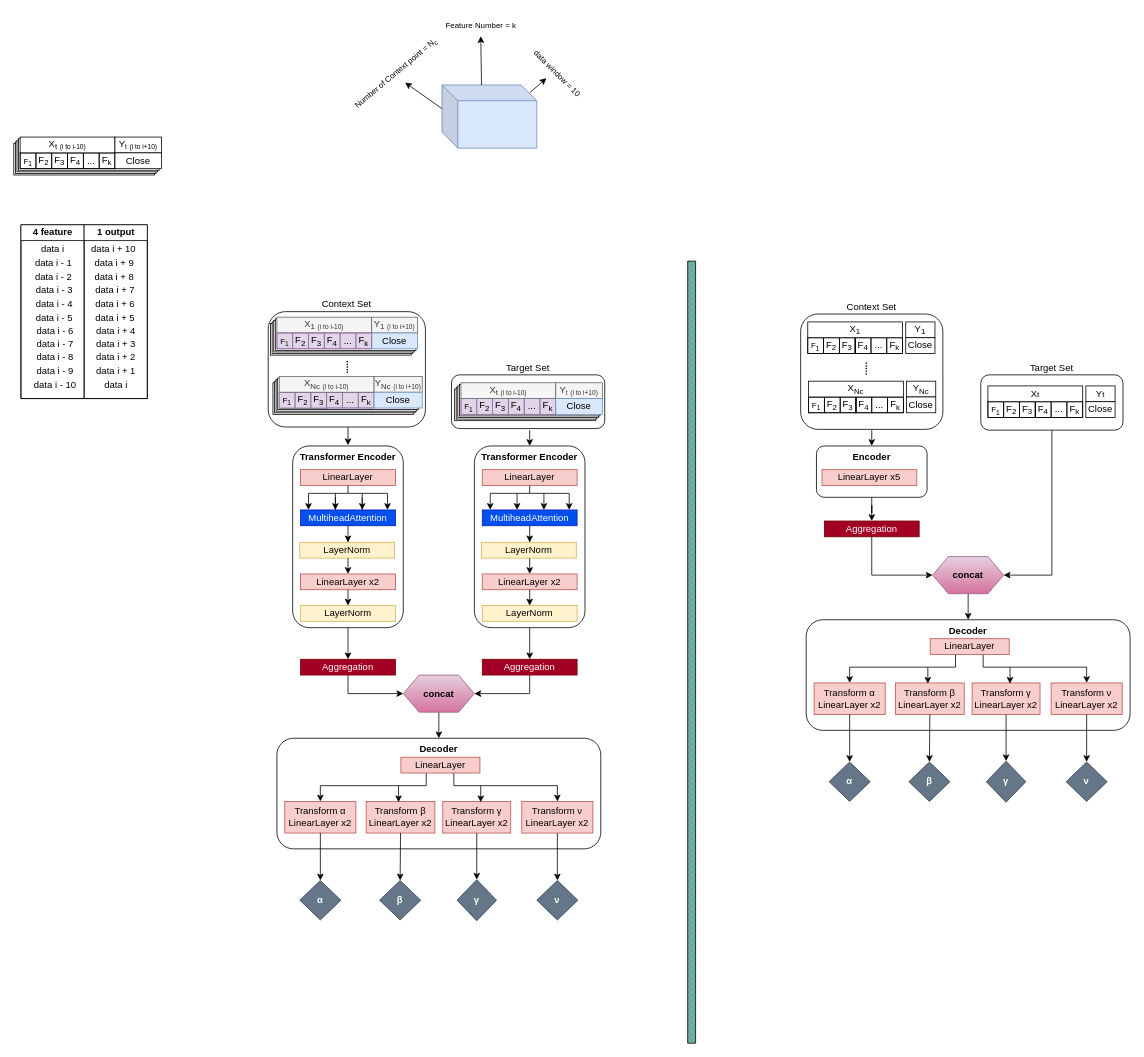
Above: CNP-model-save-name/Untitled Diagram.drawio in FatemehBehravan/ECNP (draw.io), before the change. Source tidied: cells renumbered, new cells numbered last; positions are measured from the earlier drawing's top-left corner, leaving out a move shared by most shapes. Both pictures are drawn from the tidied source at 79%, with x=0, y=0 at pixel (13, 13).
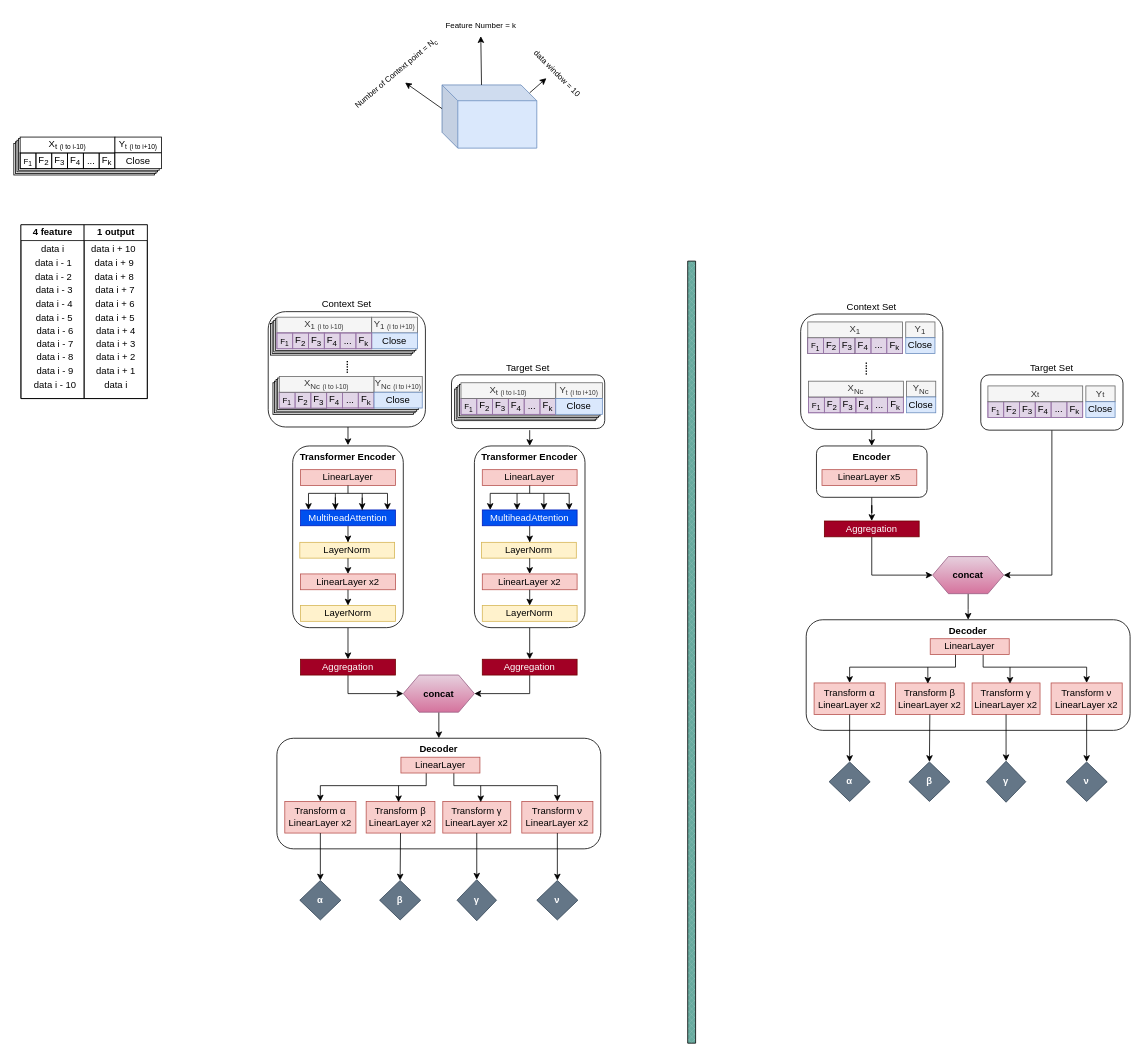
Above is the later version.

Unchanged cells that the change refers to:
```xml
<mxCell id="93" style="childLayout=tableLayout;shadow=0;fillColor=none;fontSize=10;strokeWidth=1;" parent="1" vertex="1">
  <mxGeometry x="1005" y="410" width="60" height="20" as="geometry" />
</mxCell>
<mxCell id="98" style="childLayout=tableLayout;shadow=0;fillColor=none;fontSize=10;strokeWidth=1;" parent="1" vertex="1">
  <mxGeometry x="1065" y="410" width="60" height="20" as="geometry" />
</mxCell>
```

Change to the diagram source:
```diff
@@
-    <mxCell id="94" style="shape=tableRow;horizontal=0;startSize=0;swimlaneHead=0;swimlaneBody=0;top=0;left=0;bottom=0;right=0;fontStyle=0;fillColor=none;strokeColor=inherit;" parent="93" vertex="1">
+    <mxCell id="94" style="shape=tableRow;horizontal=0;startSize=0;swimlaneHead=0;swimlaneBody=0;top=0;left=0;bottom=0;right=0;fontStyle=0;fillColor=#e1d5e7;strokeColor=#9673a6;" parent="93" vertex="1">
       <mxGeometry width="60" height="20" as="geometry" />
     </mxCell>
@@
-    <mxCell id="99" style="shape=tableRow;horizontal=0;startSize=0;swimlaneHead=0;swimlaneBody=0;top=0;left=0;bottom=0;right=0;fontStyle=0;fillColor=none;strokeColor=inherit;" parent="98" vertex="1">
+    <mxCell id="99" style="shape=tableRow;horizontal=0;startSize=0;swimlaneHead=0;swimlaneBody=0;top=0;left=0;bottom=0;right=0;fontStyle=0;fillColor=#e1d5e7;strokeColor=#9673a6;" parent="98" vertex="1">
       <mxGeometry width="60" height="20" as="geometry" />
     </mxCell>
@@
-    <mxCell id="103" value="X&lt;sub&gt;1&lt;/sub&gt;" style="rounded=0;whiteSpace=wrap;html=1;strokeWidth=1;" parent="1" vertex="1">
+    <mxCell id="103" value="X&lt;sub&gt;1&lt;/sub&gt;" style="rounded=0;whiteSpace=wrap;html=1;strokeWidth=1;fillColor=#f5f5f5;fontColor=#333333;strokeColor=#666666;" parent="1" vertex="1">
       <mxGeometry x="1005" y="390" width="120" height="20" as="geometry" />
     </mxCell>
-    <mxCell id="104" value="Y&lt;sub&gt;1&lt;/sub&gt;" style="rounded=0;whiteSpace=wrap;html=1;strokeWidth=1;" parent="1" vertex="1">
+    <mxCell id="104" value="Y&lt;sub&gt;1&lt;/sub&gt;" style="rounded=0;whiteSpace=wrap;html=1;strokeWidth=1;fillColor=#f5f5f5;fontColor=#333333;strokeColor=#666666;" parent="1" vertex="1">
       <mxGeometry x="1129" y="390" width="37" height="20" as="geometry" />
     </mxCell>
-    <mxCell id="105" value="Close" style="rounded=0;whiteSpace=wrap;html=1;strokeWidth=1;" parent="1" vertex="1">
+    <mxCell id="105" value="Close" style="rounded=0;whiteSpace=wrap;html=1;strokeWidth=1;fillColor=#dae8fc;strokeColor=#6c8ebf;" parent="1" vertex="1">
       <mxGeometry x="1129" y="410" width="37" height="20" as="geometry" />
     </mxCell>
@@
-    <mxCell id="107" style="childLayout=tableLayout;shadow=0;fillColor=none;fontSize=10;strokeWidth=1;" parent="1" vertex="1">
+    <mxCell id="107" style="childLayout=tableLayout;shadow=0;fillColor=#e1d5e7;fontSize=10;strokeWidth=1;strokeColor=#9673a6;" parent="1" vertex="1">
       <mxGeometry x="1006" y="485" width="60" height="20" as="geometry" />
     </mxCell>
@@
-    <mxCell id="112" style="childLayout=tableLayout;shadow=0;fillColor=none;fontSize=10;strokeWidth=1;" parent="1" vertex="1">
+    <mxCell id="112" style="childLayout=tableLayout;shadow=0;fillColor=#e1d5e7;fontSize=10;strokeWidth=1;strokeColor=#9673a6;" parent="1" vertex="1">
       <mxGeometry x="1066" y="485" width="60" height="20" as="geometry" />
     </mxCell>
@@
-    <mxCell id="117" value="X&lt;sub&gt;N&lt;/sub&gt;&lt;sub&gt;c&lt;/sub&gt;" style="rounded=0;whiteSpace=wrap;html=1;strokeWidth=1;" parent="1" vertex="1">
+    <mxCell id="117" value="X&lt;sub&gt;N&lt;/sub&gt;&lt;sub&gt;c&lt;/sub&gt;" style="rounded=0;whiteSpace=wrap;html=1;strokeWidth=1;fillColor=#f5f5f5;fontColor=#333333;strokeColor=#666666;" parent="1" vertex="1">
       <mxGeometry x="1006" y="465" width="120" height="20" as="geometry" />
     </mxCell>
-    <mxCell id="118" value="Y&lt;sub&gt;N&lt;/sub&gt;&lt;sub&gt;c&lt;/sub&gt;" style="rounded=0;whiteSpace=wrap;html=1;strokeWidth=1;" parent="1" vertex="1">
+    <mxCell id="118" value="Y&lt;sub&gt;N&lt;/sub&gt;&lt;sub&gt;c&lt;/sub&gt;" style="rounded=0;whiteSpace=wrap;html=1;strokeWidth=1;fillColor=#f5f5f5;fontColor=#333333;strokeColor=#666666;" parent="1" vertex="1">
       <mxGeometry x="1130" y="465" width="37" height="20" as="geometry" />
     </mxCell>
-    <mxCell id="119" value="Close" style="rounded=0;whiteSpace=wrap;html=1;strokeWidth=1;" parent="1" vertex="1">
+    <mxCell id="119" value="Close" style="rounded=0;whiteSpace=wrap;html=1;strokeWidth=1;fillColor=#dae8fc;strokeColor=#6c8ebf;" parent="1" vertex="1">
       <mxGeometry x="1130" y="485" width="37" height="20" as="geometry" />
     </mxCell>
@@
-    <mxCell id="122" style="childLayout=tableLayout;shadow=0;fillColor=none;fontSize=10;strokeWidth=1;" parent="1" vertex="1">
+    <mxCell id="122" style="childLayout=tableLayout;shadow=0;fillColor=#e1d5e7;fontSize=10;strokeWidth=1;strokeColor=#9673a6;" parent="1" vertex="1">
       <mxGeometry x="1233" y="491" width="60" height="20" as="geometry" />
     </mxCell>
@@
-    <mxCell id="127" style="childLayout=tableLayout;shadow=0;fillColor=none;fontSize=10;strokeWidth=1;" parent="1" vertex="1">
+    <mxCell id="127" style="childLayout=tableLayout;shadow=0;fillColor=#e1d5e7;fontSize=10;strokeWidth=1;strokeColor=#9673a6;" parent="1" vertex="1">
       <mxGeometry x="1293" y="491" width="60" height="20" as="geometry" />
     </mxCell>
@@
-    <mxCell id="132" value="X&lt;span style=&quot;font-size: 10px;&quot;&gt;t&lt;/span&gt;" style="rounded=0;whiteSpace=wrap;html=1;strokeWidth=1;" parent="1" vertex="1">
+    <mxCell id="132" value="X&lt;span style=&quot;font-size: 10px;&quot;&gt;t&lt;/span&gt;" style="rounded=0;whiteSpace=wrap;html=1;strokeWidth=1;fillColor=#f5f5f5;fontColor=#333333;strokeColor=#666666;" parent="1" vertex="1">
       <mxGeometry x="1233" y="471" width="120" height="20" as="geometry" />
     </mxCell>
-    <mxCell id="133" value="Y&lt;span style=&quot;font-size: 10px;&quot;&gt;t&lt;/span&gt;" style="rounded=0;whiteSpace=wrap;html=1;strokeWidth=1;" parent="1" vertex="1">
+    <mxCell id="133" value="Y&lt;span style=&quot;font-size: 10px;&quot;&gt;t&lt;/span&gt;" style="rounded=0;whiteSpace=wrap;html=1;strokeWidth=1;fillColor=#f5f5f5;fontColor=#333333;strokeColor=#666666;" parent="1" vertex="1">
       <mxGeometry x="1357" y="471" width="37" height="20" as="geometry" />
     </mxCell>
-    <mxCell id="134" value="Close" style="rounded=0;whiteSpace=wrap;html=1;strokeWidth=1;" parent="1" vertex="1">
+    <mxCell id="134" value="Close" style="rounded=0;whiteSpace=wrap;html=1;strokeWidth=1;fillColor=#dae8fc;strokeColor=#6c8ebf;" parent="1" vertex="1">
       <mxGeometry x="1357" y="491" width="37" height="20" as="geometry" />
     </mxCell>
```
